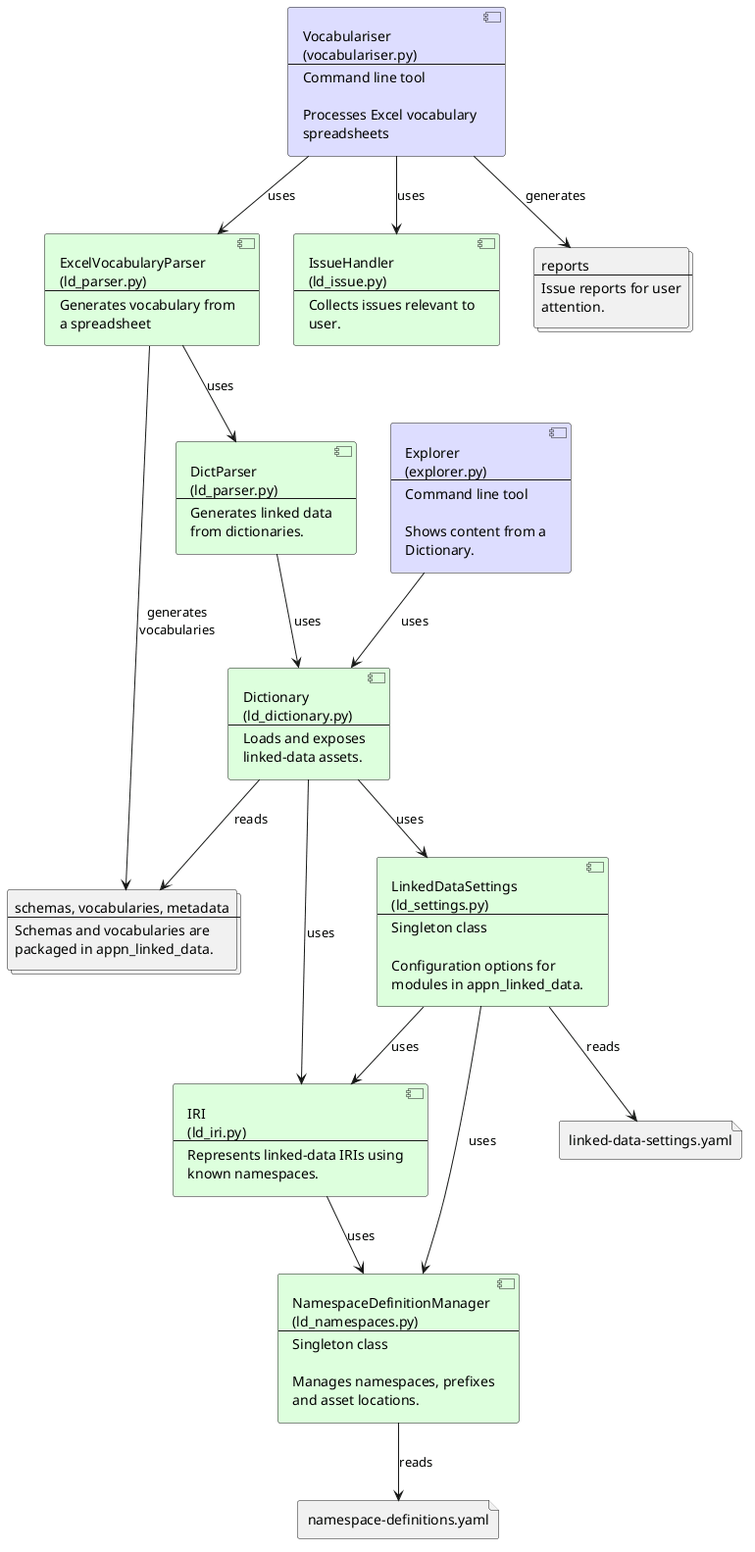
Earlier version of the PlantUML export docs/puml/components.png (aus-plant-phenomics-network/appn-linked-data).
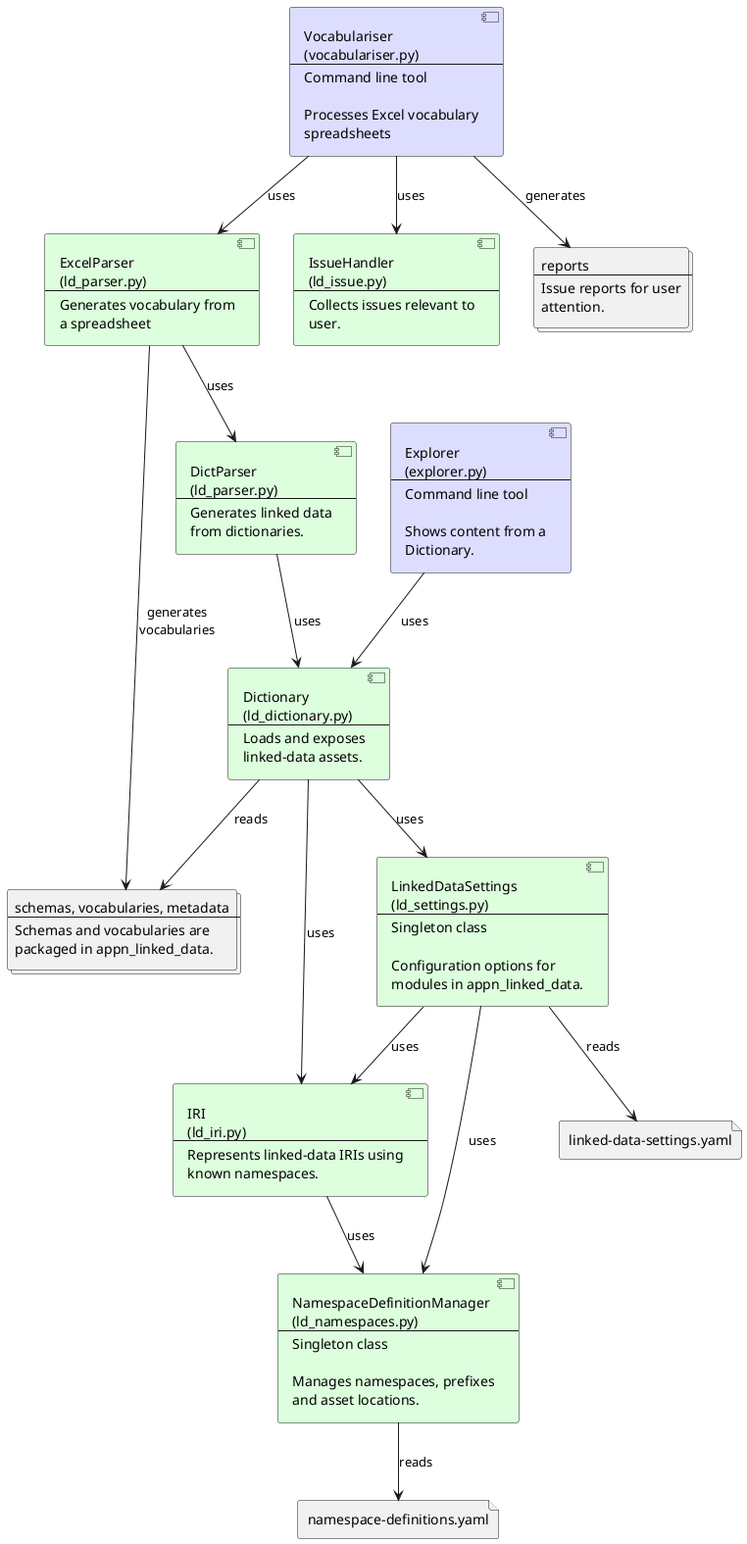
The same file after the commit.

Commit message:
Rename ExcelVocabularyParser to ExcelParser

What changed in the source:
```diff
@@ -18,8 +18,8 @@
 user.
 ]
 
-component ExcelVocabularyParser #ddffdd [
-ExcelVocabularyParser
+component ExcelParser #ddffdd [
+ExcelParser
 (ld_parser.py)
 ----
 Generates vocabulary from
@@ -112,9 +112,9 @@
 Dictionary --> assets: reads
 Explorer --> Dictionary: uses
 DictParser --> Dictionary: uses
-ExcelVocabularyParser --> DictParser: uses
-ExcelVocabularyParser --> assets: generates\nvocabularies
+ExcelParser --> DictParser: uses
+ExcelParser --> assets: generates\nvocabularies
 Vocabulariser --> IssueHandler: uses
 Vocabulariser --> reports: generates
-Vocabulariser --> ExcelVocabularyParser : uses
+Vocabulariser --> ExcelParser : uses
 @enduml
```
